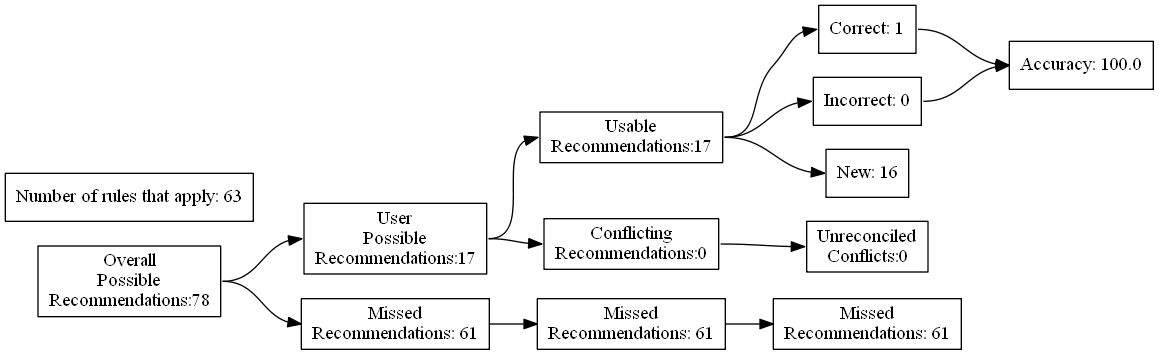
The Graphviz diagram test_renders/70.gv.png in ZaxR/ibd_diet_analysis, before a commit. Its source is kept beside it as test_renders/70.gv.
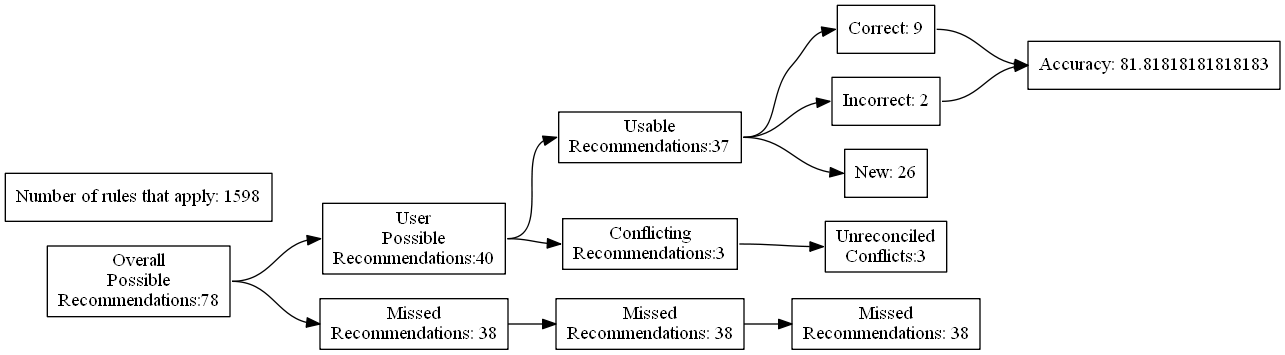
The same diagram one commit later.

Diff of the diagram source:
```diff
@@ -7,24 +7,24 @@
 Recommendations:78"]
 		B [label="User
 Possible
-Recommendations:17"]
+Recommendations:40"]
 		C [label="Missed
-Recommendations: 61"]
+Recommendations: 38"]
 		D [label="Usable
-Recommendations:17"]
+Recommendations:37"]
 		E [label="Conflicting
-Recommendations:0"]
+Recommendations:3"]
 		J [label="Missed
-Recommendations: 61"]
+Recommendations: 38"]
 		M [label="Unreconciled
-Conflicts:0"]
-		F [label="Correct: 1"]
-		G [label="Incorrect: 0"]
-		H [label="New: 16"]
+Conflicts:3"]
+		F [label="Correct: 9"]
+		G [label="Incorrect: 2"]
+		H [label="New: 26"]
 		K [label="Missed
-Recommendations: 61"]
-		I [label="Accuracy: 100.0"]
-		l [label="Number of rules that apply: 63"]
+Recommendations: 38"]
+		I [label="Accuracy: 81.81818181818183"]
+		l [label="Number of rules that apply: 1598"]
 			A -> B
 			A -> C
 			B -> D
```
